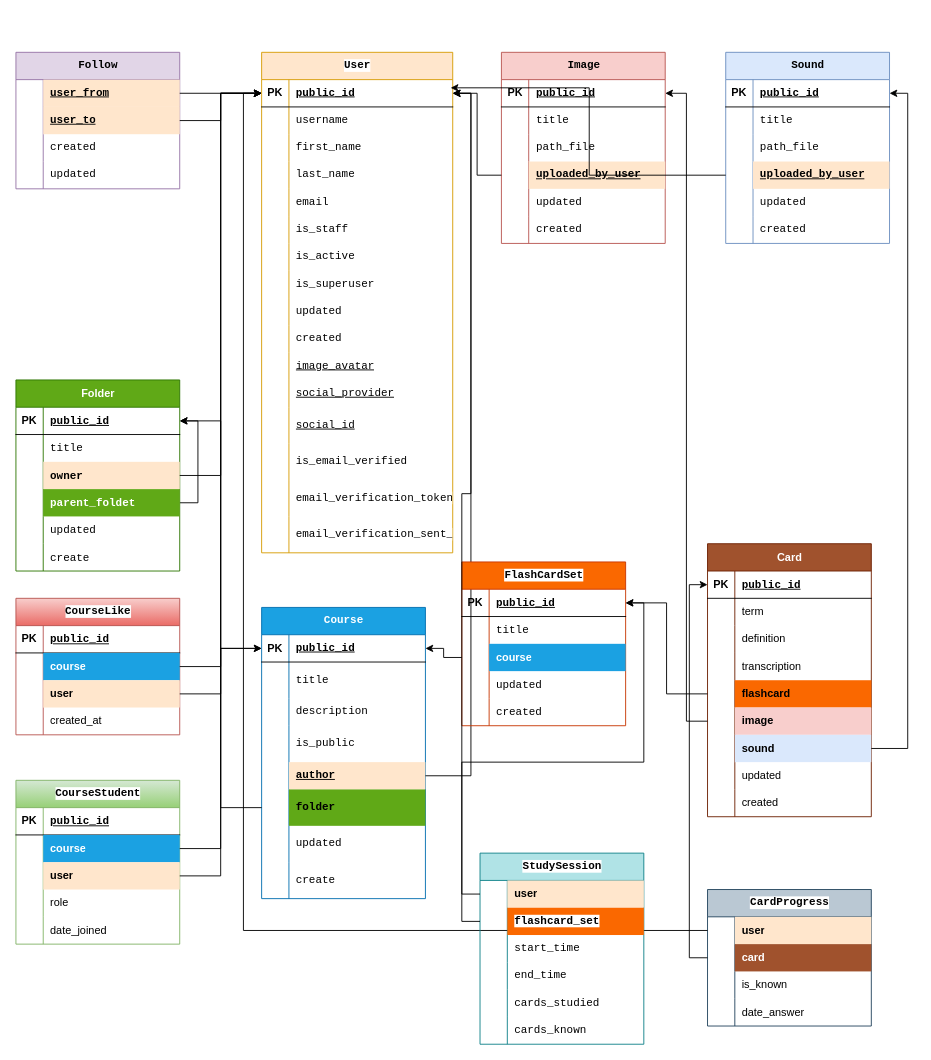
This is БД.drawio from de-vard/Recall, a draw.io file, before an edit. Source tidied: cells renumbered, new cells numbered last; positions are measured from the earlier drawing's top-left corner, leaving out a move shared by most shapes. Both pictures are drawn from the tidied source at 91%, with x=0, y=0 at pixel (15, 52).
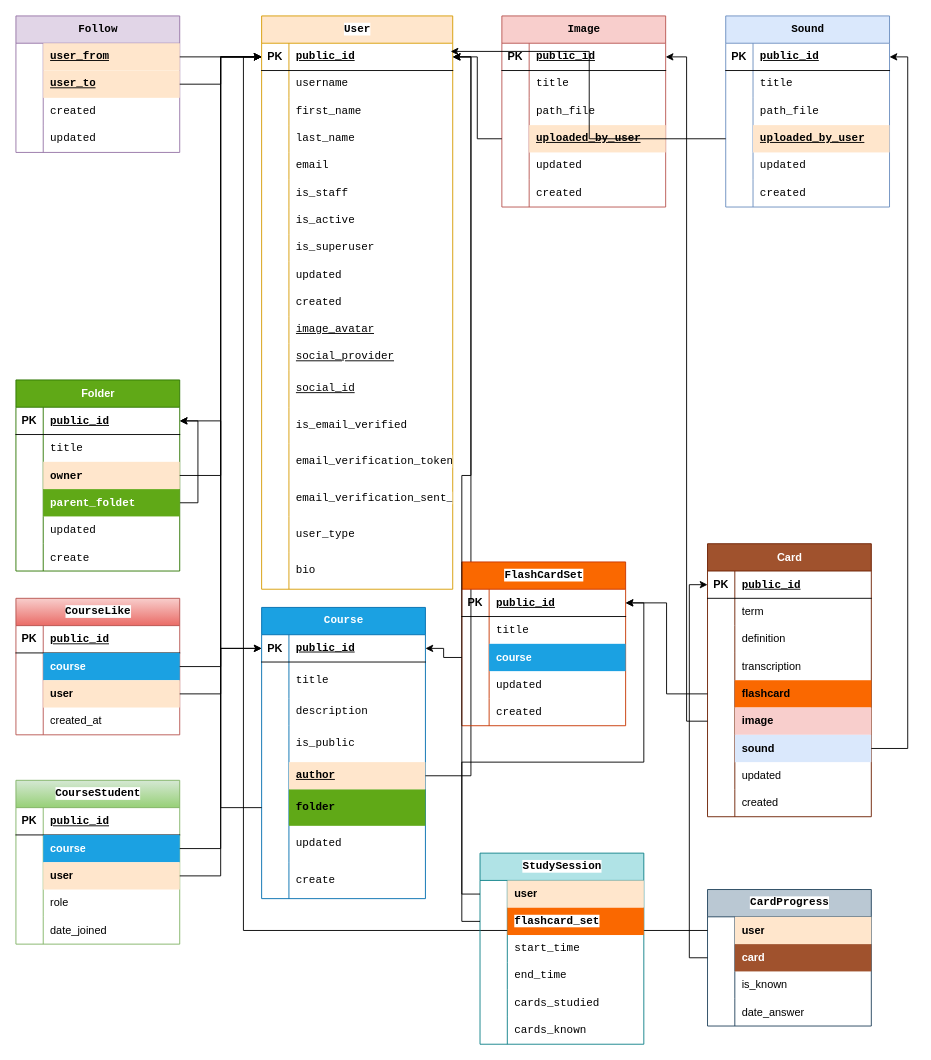
The same diagram, later.

Change to the diagram source:
```diff
@@
     <mxCell id="2" value="&lt;div style=&quot;font-family: &amp;quot;JetBrains Mono&amp;quot;, monospace; white-space: pre;&quot;&gt;&lt;font style=&quot;color: rgb(0, 0, 0); background-color: rgb(255, 255, 255);&quot;&gt;User&lt;/font&gt;&lt;/div&gt;" style="shape=table;startSize=30;childLayout=tableLayout;rowLines=0;fontStyle=1;align=center;html=1;strokeColor=#d79b00;fillColor=#ffe6cc;" parent="1" vertex="1">
-      <mxGeometry x="270" width="210" height="550" as="geometry" />
+      <mxGeometry x="270" y="-40" width="210" height="630" as="geometry" />
     </mxCell>
@@
+    <mxCell id="271" style="shape=tableRow;horizontal=0;startSize=0;swimlaneHead=0;swimlaneBody=0;fillColor=none;top=0;left=0;right=0;bottom=0;strokeColor=default;" parent="2" vertex="1">
+      <mxGeometry y="550" width="210" height="40" as="geometry" />
+    </mxCell>
+    <mxCell id="272" style="shape=partialRectangle;fillColor=none;top=0;left=0;bottom=0;right=0;overflow=hidden;whiteSpace=wrap;html=1;strokeColor=default;" parent="271" vertex="1">
+      <mxGeometry width="30" height="40" as="geometry" />
+    </mxCell>
+    <mxCell id="273" value="&lt;div style=&quot;font-family: &amp;quot;JetBrains Mono&amp;quot;, monospace; white-space: pre;&quot;&gt;&lt;div style=&quot;&quot;&gt;&lt;div&gt;&lt;span style=&quot;background-color: rgb(255, 255, 255);&quot;&gt;&lt;font style=&quot;color: rgb(0, 0, 0);&quot;&gt;user_type&lt;/font&gt;&lt;/span&gt;&lt;/div&gt;&lt;/div&gt;&lt;/div&gt;" style="shape=partialRectangle;fillColor=none;top=0;left=0;bottom=0;right=0;align=left;spacingLeft=6;overflow=hidden;whiteSpace=wrap;html=1;strokeColor=default;" parent="271" vertex="1">
+      <mxGeometry x="30" width="180" height="40" as="geometry" />
+    </mxCell>
+    <mxCell id="274" style="shape=tableRow;horizontal=0;startSize=0;swimlaneHead=0;swimlaneBody=0;fillColor=none;top=0;left=0;right=0;bottom=0;strokeColor=default;" parent="2" vertex="1">
+      <mxGeometry y="590" width="210" height="40" as="geometry" />
+    </mxCell>
+    <mxCell id="275" style="shape=partialRectangle;fillColor=none;top=0;left=0;bottom=0;right=0;overflow=hidden;whiteSpace=wrap;html=1;strokeColor=default;" parent="274" vertex="1">
+      <mxGeometry width="30" height="40" as="geometry" />
+    </mxCell>
+    <mxCell id="276" value="&lt;div style=&quot;font-family: &amp;quot;JetBrains Mono&amp;quot;, monospace; white-space: pre;&quot;&gt;&lt;div style=&quot;&quot;&gt;&lt;div&gt;&lt;div style=&quot;&quot;&gt;&lt;span style=&quot;background-color: rgb(255, 255, 255);&quot;&gt;&lt;font style=&quot;color: rgb(0, 0, 0);&quot;&gt;bio&lt;/font&gt;&lt;/span&gt;&lt;/div&gt;&lt;/div&gt;&lt;/div&gt;&lt;/div&gt;" style="shape=partialRectangle;fillColor=none;top=0;left=0;bottom=0;right=0;align=left;spacingLeft=6;overflow=hidden;whiteSpace=wrap;html=1;strokeColor=default;" parent="274" vertex="1">
+      <mxGeometry x="30" width="180" height="40" as="geometry" />
+    </mxCell>
     <mxCell id="51" value="&lt;div style=&quot;font-family: &amp;quot;JetBrains Mono&amp;quot;, monospace; white-space: pre;&quot;&gt;&lt;div&gt;&lt;font style=&quot;color: rgb(0, 0, 0);&quot;&gt;Follow&lt;/font&gt;&lt;/div&gt;&lt;/div&gt;" style="shape=table;startSize=30;childLayout=tableLayout;rowLines=0;fontStyle=1;align=center;html=1;strokeColor=#9673a6;fillColor=#e1d5e7;" parent="1" vertex="1">
-      <mxGeometry width="180" height="150" as="geometry" />
+      <mxGeometry y="-40" width="180" height="150" as="geometry" />
     </mxCell>
@@
     <mxCell id="64" value="&lt;div style=&quot;font-family: &amp;quot;JetBrains Mono&amp;quot;, monospace; white-space: pre;&quot;&gt;&lt;div&gt;&lt;font style=&quot;color: rgb(0, 0, 0);&quot;&gt;Image&lt;/font&gt;&lt;/div&gt;&lt;/div&gt;" style="shape=table;startSize=30;childLayout=tableLayout;rowLines=0;fontStyle=1;align=center;html=1;strokeColor=#b85450;fillColor=#f8cecc;" parent="1" vertex="1">
-      <mxGeometry x="533.5" width="180" height="210" as="geometry" />
+      <mxGeometry x="534" y="-40" width="180" height="210" as="geometry" />
     </mxCell>
@@
     <mxCell id="84" value="&lt;div style=&quot;font-family: &amp;quot;JetBrains Mono&amp;quot;, monospace; white-space: pre;&quot;&gt;&lt;div&gt;&lt;font style=&quot;color: rgb(0, 0, 0);&quot;&gt;Sound&lt;/font&gt;&lt;/div&gt;&lt;/div&gt;" style="shape=table;startSize=30;childLayout=tableLayout;rowLines=0;fontStyle=1;align=center;html=1;strokeColor=#6c8ebf;fillColor=#dae8fc;" parent="1" vertex="1">
-      <mxGeometry x="780" width="180" height="210" as="geometry" />
+      <mxGeometry x="780" y="-40" width="180" height="210" as="geometry" />
     </mxCell>
```
